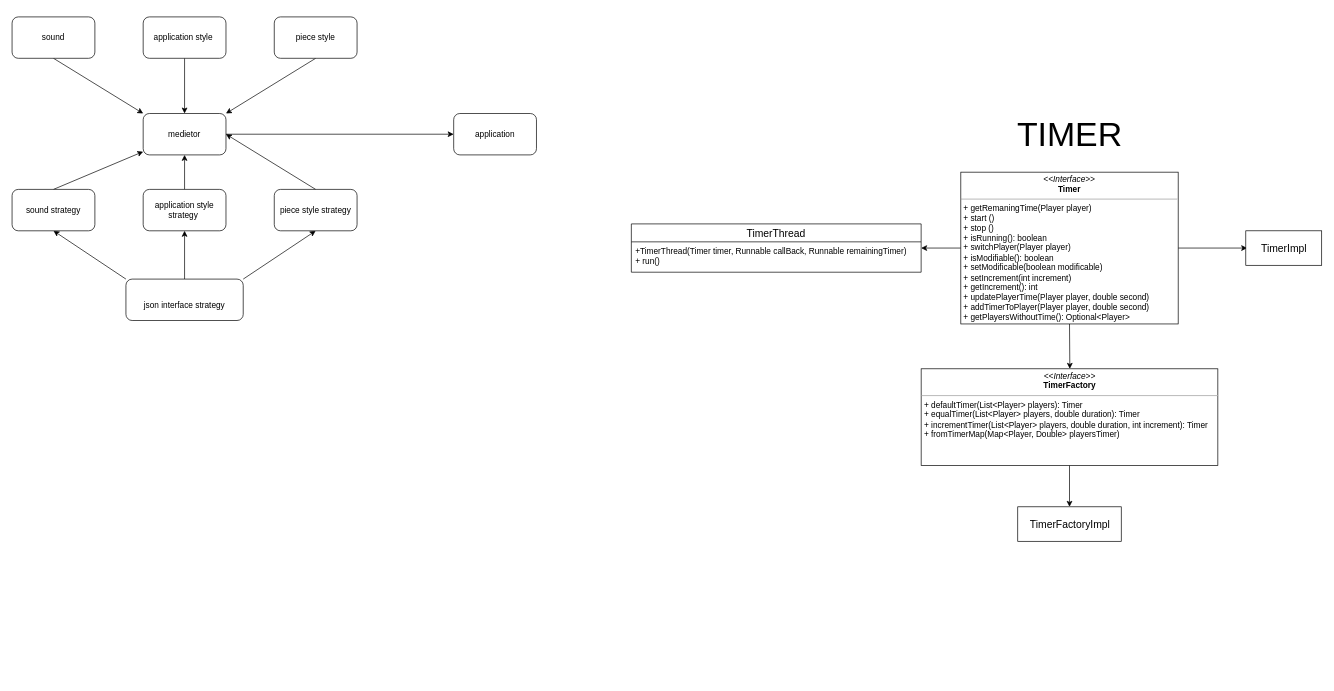
zucchero-sintattico/OOP20-Jhaturanga keeps this draw.io diagram as report/UML TP.drawio. Above is the earlier version. Source tidied: cells renumbered, new cells numbered last; positions are measured from the earlier drawing's top-left corner, leaving out a move shared by most shapes. Both pictures are drawn from the tidied source at 69%, with x=0, y=0 at pixel (12, 17).
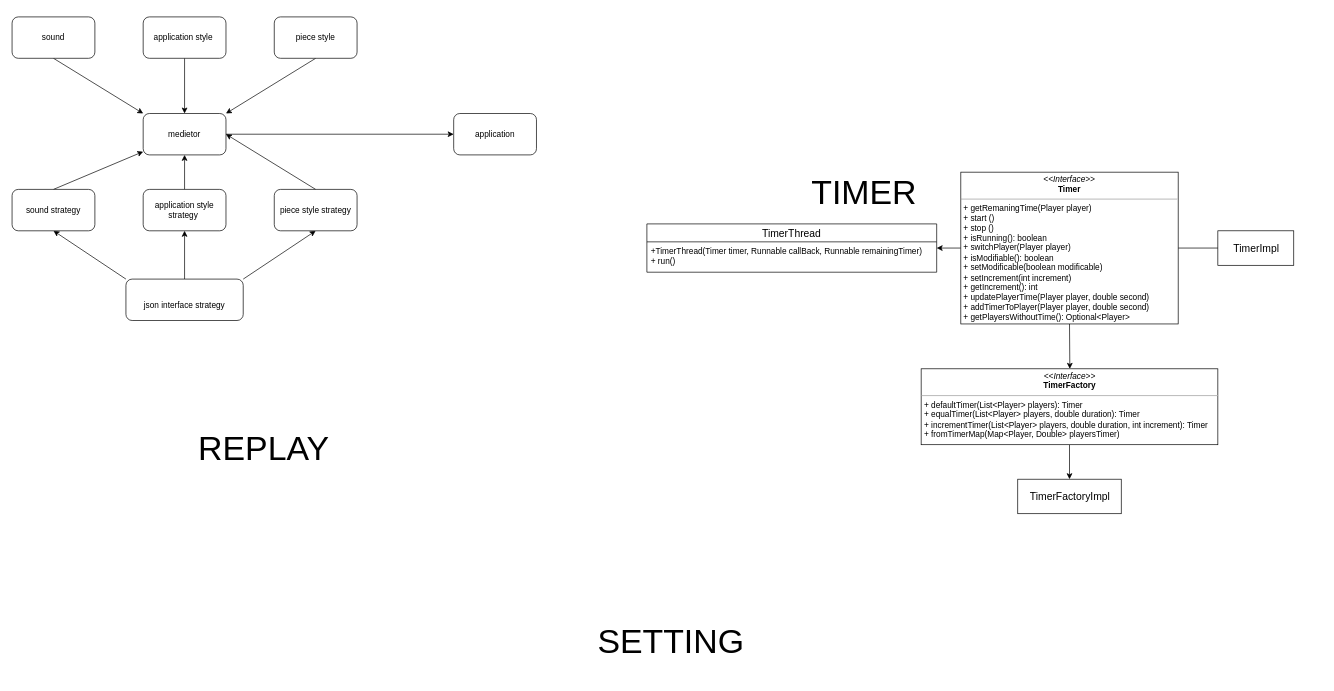
The same page after the edit.

Change to the diagram source:
```diff
@@
     <mxCell id="23" value="TIMER" style="text;html=1;strokeColor=none;fillColor=none;align=center;verticalAlign=middle;whiteSpace=wrap;rounded=0;fontSize=49;" parent="1" vertex="1">
-      <mxGeometry x="1427.5" y="115" width="210" height="110" as="geometry" />
+      <mxGeometry x="1130" y="200" width="210" height="110" as="geometry" />
     </mxCell>
@@
     <mxCell id="28" value="TimerImpl" style="html=1;fontSize=15;" parent="1" vertex="1">
-      <mxGeometry x="1788" y="310" width="110" height="50" as="geometry" />
+      <mxGeometry x="1747.5" y="310" width="110" height="50" as="geometry" />
     </mxCell>
@@
     <mxCell id="30" value="&lt;p style=&quot;margin: 0px ; margin-top: 4px ; text-align: center&quot;&gt;&lt;i&gt;&amp;lt;&amp;lt;Interface&amp;gt;&amp;gt;&lt;/i&gt;&lt;br&gt;&lt;b&gt;TimerFactory&lt;/b&gt;&lt;/p&gt;&lt;hr size=&quot;1&quot;&gt;&lt;p style=&quot;margin: 0px ; margin-left: 4px&quot;&gt;+ defaultTimer(List&amp;lt;Player&amp;gt; players): Timer&lt;/p&gt;&lt;p style=&quot;margin: 0px ; margin-left: 4px&quot;&gt;+ equalTimer(List&amp;lt;Player&amp;gt; players, double duration): Timer&lt;/p&gt;&lt;p style=&quot;margin: 0px ; margin-left: 4px&quot;&gt;+ incrementTimer(List&amp;lt;Player&amp;gt; players, double duration, int increment): Timer&lt;/p&gt;&lt;p style=&quot;margin: 0px ; margin-left: 4px&quot;&gt;+ fromTimerMap(Map&amp;lt;Player, Double&amp;gt; playersTimer)&lt;/p&gt;&lt;p style=&quot;margin: 0px ; margin-left: 4px&quot;&gt;&lt;br&gt;&lt;/p&gt;" style="verticalAlign=top;align=left;overflow=fill;fontSize=12;fontFamily=Helvetica;html=1;" parent="1" vertex="1">
-      <mxGeometry x="1317.5" y="510" width="430" height="140" as="geometry" />
+      <mxGeometry x="1317.5" y="510" width="430" height="110" as="geometry" />
     </mxCell>
@@
     <mxCell id="32" value="TimerFactoryImpl" style="html=1;fontSize=15;" parent="1" vertex="1">
-      <mxGeometry x="1457.5" y="710" width="150" height="50" as="geometry" />
+      <mxGeometry x="1457.5" y="670" width="150" height="50" as="geometry" />
     </mxCell>
     <mxCell id="33" value="TimerThread" style="swimlane;fontStyle=0;horizontal=1;startSize=26;fillColor=none;fontSize=15;" parent="1" vertex="1">
-      <mxGeometry x="897.5" y="300" width="420" height="70" as="geometry" />
+      <mxGeometry x="920" y="300" width="420" height="70" as="geometry" />
     </mxCell>
@@
+    <mxCell id="35" value="REPLAY" style="text;html=1;strokeColor=none;fillColor=none;align=center;verticalAlign=middle;whiteSpace=wrap;rounded=0;fontSize=49;" parent="1" vertex="1">
+      <mxGeometry x="260" y="570" width="210" height="110" as="geometry" />
+    </mxCell>
+    <mxCell id="36" style="edgeStyle=none;rounded=0;orthogonalLoop=1;jettySize=auto;html=1;exitX=0.5;exitY=1;exitDx=0;exitDy=0;fontSize=15;" parent="1" edge="1" source="30" target="30">
+      <mxGeometry relative="1" as="geometry" />
+    </mxCell>
+    <mxCell id="37" value="SETTING&lt;br&gt;" style="text;html=1;strokeColor=none;fillColor=none;align=center;verticalAlign=middle;whiteSpace=wrap;rounded=0;fontSize=49;" parent="1" vertex="1">
+      <mxGeometry x="850" y="850" width="210" height="110" as="geometry" />
+    </mxCell>
```
